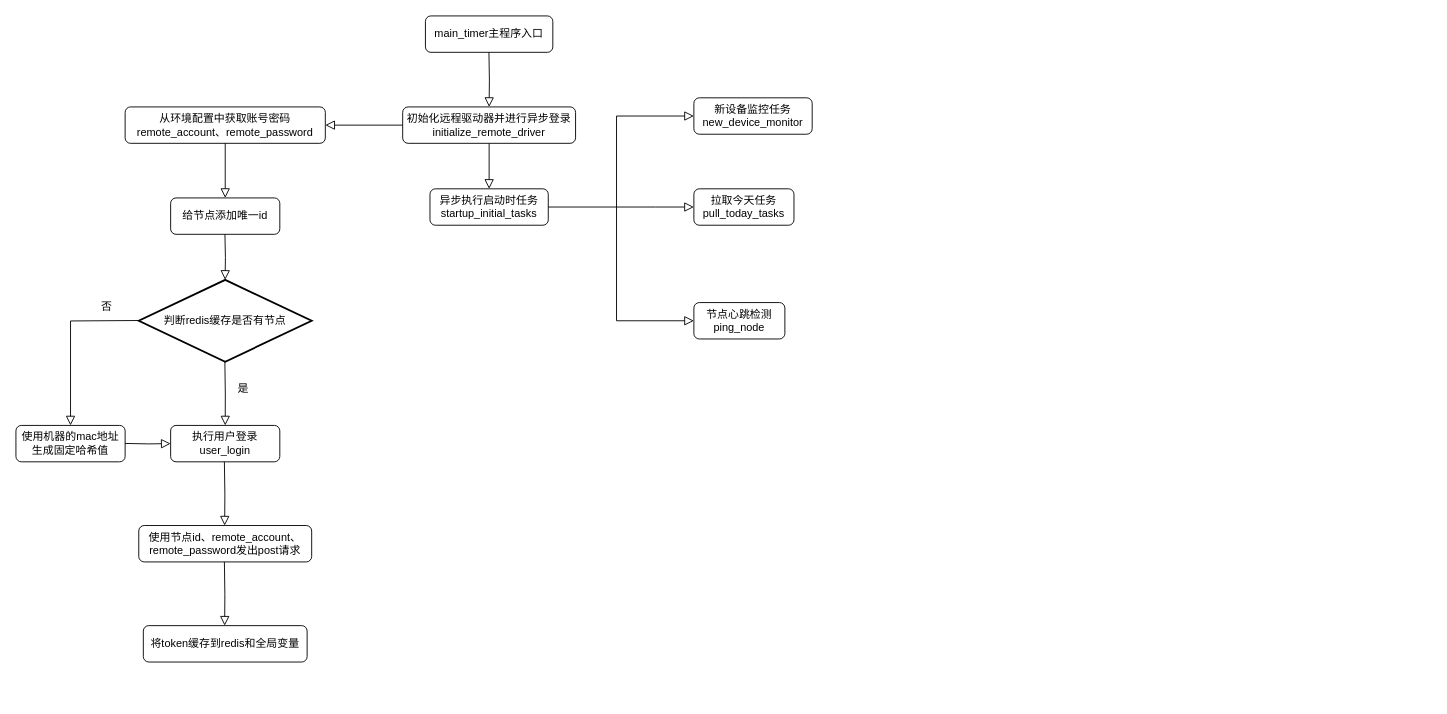
luser233/test01-2025-07-13 keeps this draw.io diagram as main_time.drawio. Above is the earlier version. Source tidied: cells renumbered, new cells numbered last; positions are measured from the earlier drawing's top-left corner, leaving out a move shared by most shapes. Both pictures are drawn from the tidied source at 91%, with x=0, y=0 at pixel (15, 15).
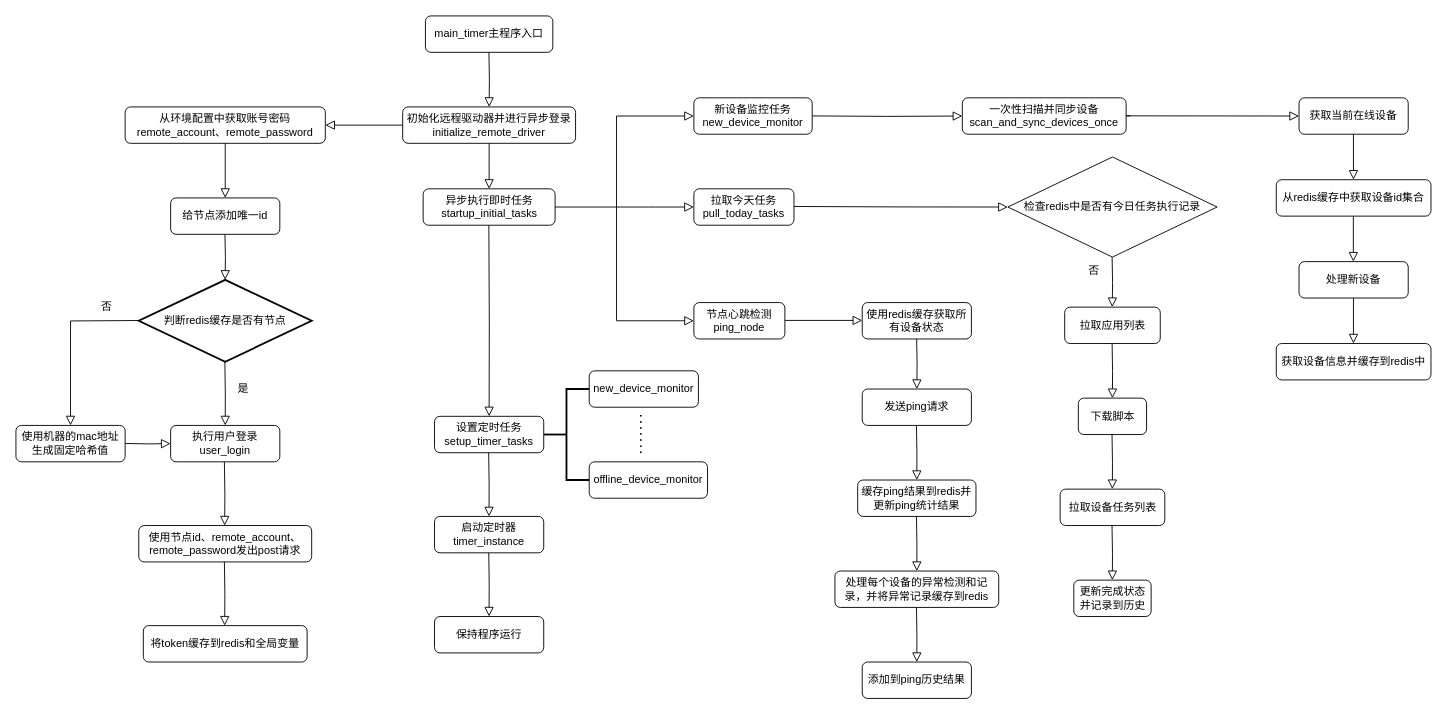
The same page after the edit.

Diff of the diagram source:
```diff
@@
-    <mxCell id="21" value="异步执行启动时任务&lt;div&gt;startup_initial_tasks&lt;/div&gt;" style="rounded=1;whiteSpace=wrap;html=1;" parent="1" vertex="1">
-      <mxGeometry x="455" y="190" width="130" height="40" as="geometry" />
+    <mxCell id="21" value="异步执行即时任务&lt;div&gt;startup_initial_tasks&lt;/div&gt;" style="rounded=1;whiteSpace=wrap;html=1;" parent="1" vertex="1">
+      <mxGeometry x="447.5" y="190" width="145" height="40" as="geometry" />
     </mxCell>
@@
+    <mxCell id="30" style="rounded=0;html=1;jettySize=auto;fontSize=11;endArrow=block;endFill=0;endSize=8;strokeWidth=1;shadow=0;labelBackgroundColor=none;edgeStyle=orthogonalEdgeStyle;entryX=0;entryY=0.5;entryDx=0;entryDy=0;" parent="1" edge="1" target="31">
+      <mxGeometry relative="1" as="geometry">
+        <mxPoint x="875" y="109.9" as="sourcePoint" />
+      </mxGeometry>
+    </mxCell>
+    <mxCell id="31" value="一次性扫描并同步设备&lt;br&gt;scan_and_sync_devices_once" style="rounded=1;whiteSpace=wrap;html=1;" parent="1" vertex="1">
+      <mxGeometry x="1040" y="90" width="180" height="40" as="geometry" />
+    </mxCell>
+    <mxCell id="32" style="rounded=0;html=1;jettySize=auto;fontSize=11;endArrow=block;endFill=0;endSize=8;strokeWidth=1;shadow=0;labelBackgroundColor=none;edgeStyle=orthogonalEdgeStyle;entryX=0;entryY=0.5;entryDx=0;entryDy=0;" parent="1" edge="1" target="33">
+      <mxGeometry relative="1" as="geometry">
+        <mxPoint x="1225" y="109.8" as="sourcePoint" />
+        <Array as="points">
+          <mxPoint x="1220" y="110" />
+        </Array>
+      </mxGeometry>
+    </mxCell>
+    <mxCell id="33" value="获取当前在线设备" style="rounded=1;whiteSpace=wrap;html=1;" parent="1" vertex="1">
+      <mxGeometry x="1410" y="90" width="120" height="40" as="geometry" />
+    </mxCell>
+    <mxCell id="34" style="rounded=0;html=1;jettySize=auto;orthogonalLoop=1;fontSize=11;endArrow=block;endFill=0;endSize=8;strokeWidth=1;shadow=0;labelBackgroundColor=none;edgeStyle=orthogonalEdgeStyle;" parent="1" edge="1">
+      <mxGeometry relative="1" as="geometry">
+        <mxPoint x="1469.8" y="130" as="sourcePoint" />
+        <mxPoint x="1469.8" y="180" as="targetPoint" />
+      </mxGeometry>
+    </mxCell>
+    <mxCell id="35" value="从redis缓存中获取设备id集合" style="rounded=1;whiteSpace=wrap;html=1;" parent="1" vertex="1">
+      <mxGeometry x="1385" y="180" width="170" height="40" as="geometry" />
+    </mxCell>
+    <mxCell id="36" style="rounded=0;html=1;jettySize=auto;orthogonalLoop=1;fontSize=11;endArrow=block;endFill=0;endSize=8;strokeWidth=1;shadow=0;labelBackgroundColor=none;edgeStyle=orthogonalEdgeStyle;" parent="1" edge="1">
+      <mxGeometry relative="1" as="geometry">
+        <mxPoint x="1469.7" y="220" as="sourcePoint" />
+        <mxPoint x="1469.7" y="270" as="targetPoint" />
+      </mxGeometry>
+    </mxCell>
+    <mxCell id="37" value="处理新设备" style="rounded=1;whiteSpace=wrap;html=1;" parent="1" vertex="1">
+      <mxGeometry x="1410" y="270" width="120" height="40" as="geometry" />
+    </mxCell>
+    <mxCell id="38" style="rounded=0;html=1;jettySize=auto;orthogonalLoop=1;fontSize=11;endArrow=block;endFill=0;endSize=8;strokeWidth=1;shadow=0;labelBackgroundColor=none;edgeStyle=orthogonalEdgeStyle;" parent="1" edge="1">
+      <mxGeometry relative="1" as="geometry">
+        <mxPoint x="1469.8" y="310" as="sourcePoint" />
+        <mxPoint x="1469.8" y="360" as="targetPoint" />
+      </mxGeometry>
+    </mxCell>
+    <mxCell id="39" value="获取设备信息并缓存到redis中" style="rounded=1;whiteSpace=wrap;html=1;" parent="1" vertex="1">
+      <mxGeometry x="1385" y="360" width="170" height="40" as="geometry" />
+    </mxCell>
+    <mxCell id="40" style="rounded=0;html=1;jettySize=auto;orthogonalLoop=1;fontSize=11;endArrow=block;endFill=0;endSize=8;strokeWidth=1;shadow=0;labelBackgroundColor=none;edgeStyle=orthogonalEdgeStyle;" parent="1" edge="1">
+      <mxGeometry relative="1" as="geometry">
+        <mxPoint x="845" y="334.6" as="sourcePoint" />
+        <mxPoint x="930" y="334.6" as="targetPoint" />
+        <Array as="points">
+          <mxPoint x="920" y="334.6" />
+        </Array>
+      </mxGeometry>
+    </mxCell>
+    <mxCell id="41" value="使用redis缓存获取所有设备状态" style="rounded=1;whiteSpace=wrap;html=1;" parent="1" vertex="1">
+      <mxGeometry x="930" y="315" width="120" height="40" as="geometry" />
+    </mxCell>
+    <mxCell id="42" style="rounded=0;html=1;jettySize=auto;fontSize=11;endArrow=block;endFill=0;endSize=8;strokeWidth=1;shadow=0;labelBackgroundColor=none;edgeStyle=orthogonalEdgeStyle;entryX=0.5;entryY=0;entryDx=0;entryDy=0;" parent="1" edge="1" target="43">
+      <mxGeometry relative="1" as="geometry">
+        <mxPoint x="989.8" y="355" as="sourcePoint" />
+      </mxGeometry>
+    </mxCell>
+    <mxCell id="43" value="发送ping请求" style="rounded=1;whiteSpace=wrap;html=1;" parent="1" vertex="1">
+      <mxGeometry x="930" y="410" width="120" height="40" as="geometry" />
+    </mxCell>
+    <mxCell id="44" value="缓存ping结果到redis并更新ping统计结果" style="rounded=1;whiteSpace=wrap;html=1;" parent="1" vertex="1">
+      <mxGeometry x="925" y="510" width="130" height="40" as="geometry" />
+    </mxCell>
+    <mxCell id="45" style="rounded=0;html=1;jettySize=auto;fontSize=11;endArrow=block;endFill=0;endSize=8;strokeWidth=1;shadow=0;labelBackgroundColor=none;edgeStyle=orthogonalEdgeStyle;entryX=0.5;entryY=0;entryDx=0;entryDy=0;" parent="1" edge="1" target="44">
+      <mxGeometry relative="1" as="geometry">
+        <mxPoint x="989.6" y="450" as="sourcePoint" />
+      </mxGeometry>
+    </mxCell>
+    <mxCell id="46" style="rounded=0;html=1;jettySize=auto;orthogonalLoop=1;fontSize=11;endArrow=block;endFill=0;endSize=8;strokeWidth=1;shadow=0;labelBackgroundColor=none;edgeStyle=orthogonalEdgeStyle;entryX=0.5;entryY=0;entryDx=0;entryDy=0;" parent="1" edge="1">
+      <mxGeometry relative="1" as="geometry">
+        <mxPoint x="989.6" y="550" as="sourcePoint" />
+        <mxPoint x="990" y="610" as="targetPoint" />
+      </mxGeometry>
+    </mxCell>
+    <mxCell id="47" value="处理每个设备的异常检测和记录，并将异常记录缓存到redis" style="rounded=1;whiteSpace=wrap;html=1;" parent="1" vertex="1">
+      <mxGeometry x="900" y="610" width="180" height="40" as="geometry" />
+    </mxCell>
+    <mxCell id="48" style="rounded=0;html=1;jettySize=auto;orthogonalLoop=1;fontSize=11;endArrow=block;endFill=0;endSize=8;strokeWidth=1;shadow=0;labelBackgroundColor=none;edgeStyle=orthogonalEdgeStyle;entryX=0.5;entryY=0;entryDx=0;entryDy=0;" parent="1" edge="1">
+      <mxGeometry relative="1" as="geometry">
+        <mxPoint x="989.6" y="650" as="sourcePoint" />
+        <mxPoint x="990" y="710" as="targetPoint" />
+      </mxGeometry>
+    </mxCell>
+    <mxCell id="49" value="添加到ping历史结果" style="rounded=1;whiteSpace=wrap;html=1;" parent="1" vertex="1">
+      <mxGeometry x="930" y="710" width="120" height="40" as="geometry" />
+    </mxCell>
+    <mxCell id="50" style="rounded=0;html=1;jettySize=auto;fontSize=11;endArrow=block;endFill=0;endSize=8;strokeWidth=1;shadow=0;labelBackgroundColor=none;edgeStyle=orthogonalEdgeStyle;entryX=0;entryY=0.5;entryDx=0;entryDy=0;" parent="1" edge="1" target="51">
+      <mxGeometry relative="1" as="geometry">
+        <mxPoint x="855" y="209.4" as="sourcePoint" />
+      </mxGeometry>
+    </mxCell>
+    <mxCell id="51" value="检查redis中是否有今日任务执行记录" style="rhombus;whiteSpace=wrap;html=1;" parent="1" vertex="1">
+      <mxGeometry x="1090" y="155" width="230" height="110" as="geometry" />
+    </mxCell>
+    <mxCell id="52" style="rounded=0;html=1;jettySize=auto;orthogonalLoop=1;fontSize=11;endArrow=block;endFill=0;endSize=8;strokeWidth=1;shadow=0;labelBackgroundColor=none;edgeStyle=orthogonalEdgeStyle;entryX=0.5;entryY=0;entryDx=0;entryDy=0;" parent="1" edge="1">
+      <mxGeometry relative="1" as="geometry">
+        <mxPoint x="1204.6" y="265" as="sourcePoint" />
+        <mxPoint x="1204.8" y="320" as="targetPoint" />
+      </mxGeometry>
+    </mxCell>
+    <mxCell id="53" value="否" style="text;html=1;align=center;verticalAlign=middle;whiteSpace=wrap;rounded=0;" parent="1" vertex="1">
+      <mxGeometry x="1170" y="270" width="30" height="20" as="geometry" />
+    </mxCell>
+    <mxCell id="54" value="拉取应用列表" style="rounded=1;whiteSpace=wrap;html=1;" parent="1" vertex="1">
+      <mxGeometry x="1152.5" y="320" width="105" height="40" as="geometry" />
+    </mxCell>
+    <mxCell id="55" value="下载脚本" style="rounded=1;whiteSpace=wrap;html=1;" parent="1" vertex="1">
+      <mxGeometry x="1167.5" y="420" width="75" height="40" as="geometry" />
+    </mxCell>
+    <mxCell id="56" style="rounded=0;html=1;jettySize=auto;fontSize=11;endArrow=block;endFill=0;endSize=8;strokeWidth=1;shadow=0;labelBackgroundColor=none;edgeStyle=orthogonalEdgeStyle;entryX=0.499;entryY=0;entryDx=0;entryDy=0;entryPerimeter=0;" parent="1" edge="1" target="55">
+      <mxGeometry relative="1" as="geometry">
+        <mxPoint x="1204.6" y="360" as="sourcePoint" />
+      </mxGeometry>
+    </mxCell>
+    <mxCell id="57" style="rounded=0;html=1;jettySize=auto;orthogonalLoop=1;fontSize=11;endArrow=block;endFill=0;endSize=8;strokeWidth=1;shadow=0;labelBackgroundColor=none;edgeStyle=orthogonalEdgeStyle;entryX=0.499;entryY=0;entryDx=0;entryDy=0;entryPerimeter=0;" parent="1" edge="1">
+      <mxGeometry relative="1" as="geometry">
+        <mxPoint x="1204.5" y="460" as="sourcePoint" />
+        <mxPoint x="1204.9" y="520" as="targetPoint" />
+      </mxGeometry>
+    </mxCell>
+    <mxCell id="58" value="拉取设备任务列表" style="rounded=1;whiteSpace=wrap;html=1;" parent="1" vertex="1">
+      <mxGeometry x="1147.5" y="520" width="115" height="40" as="geometry" />
+    </mxCell>
+    <mxCell id="59" style="rounded=0;html=1;jettySize=auto;orthogonalLoop=1;fontSize=11;endArrow=block;endFill=0;endSize=8;strokeWidth=1;shadow=0;labelBackgroundColor=none;edgeStyle=orthogonalEdgeStyle;entryX=0.499;entryY=0;entryDx=0;entryDy=0;entryPerimeter=0;" parent="1" edge="1">
+      <mxGeometry relative="1" as="geometry">
+        <mxPoint x="1204.5" y="560" as="sourcePoint" />
+        <mxPoint x="1204.9" y="620" as="targetPoint" />
+      </mxGeometry>
+    </mxCell>
+    <mxCell id="60" value="更新完成状态并记录到历史" style="rounded=1;whiteSpace=wrap;html=1;" parent="1" vertex="1">
+      <mxGeometry x="1162.5" y="620" width="85" height="40" as="geometry" />
+    </mxCell>
+    <mxCell id="61" style="rounded=0;html=1;jettySize=auto;fontSize=11;endArrow=block;endFill=0;endSize=8;strokeWidth=1;shadow=0;labelBackgroundColor=none;edgeStyle=orthogonalEdgeStyle;entryX=0.5;entryY=0;entryDx=0;entryDy=0;" parent="1" edge="1" target="62">
+      <mxGeometry relative="1" as="geometry">
+        <mxPoint x="519.7" y="230" as="sourcePoint" />
+      </mxGeometry>
+    </mxCell>
+    <mxCell id="62" value="设置定时任务&lt;br&gt;setup_timer_tasks" style="rounded=1;whiteSpace=wrap;html=1;" parent="1" vertex="1">
+      <mxGeometry x="460" y="440" width="120" height="40" as="geometry" />
+    </mxCell>
+    <mxCell id="63" style="strokeWidth=2;html=1;shape=mxgraph.flowchart.annotation_2;align=left;labelPosition=right;" parent="1" vertex="1">
+      <mxGeometry x="580" y="410" width="50" height="100" as="geometry" />
+    </mxCell>
+    <mxCell id="64" value="new_device_monitor" style="rounded=1;whiteSpace=wrap;html=1;" parent="1" vertex="1">
+      <mxGeometry x="630" y="390" width="120" height="40" as="geometry" />
+    </mxCell>
+    <mxCell id="65" value="&lt;b&gt;. . . . . . .&lt;/b&gt;" style="text;html=1;align=center;verticalAlign=middle;whiteSpace=wrap;rounded=0;rotation=90;" parent="1" vertex="1">
+      <mxGeometry x="660" y="445" width="60" height="30" as="geometry" />
+    </mxCell>
+    <mxCell id="66" value="offline_device_monitor" style="rounded=1;whiteSpace=wrap;html=1;" parent="1" vertex="1">
+      <mxGeometry x="630" y="490" width="130" height="40" as="geometry" />
+    </mxCell>
+    <mxCell id="67" style="rounded=0;html=1;jettySize=auto;orthogonalLoop=1;fontSize=11;endArrow=block;endFill=0;endSize=8;strokeWidth=1;shadow=0;labelBackgroundColor=none;edgeStyle=orthogonalEdgeStyle;entryX=0.5;entryY=0;entryDx=0;entryDy=0;" parent="1" edge="1">
+      <mxGeometry relative="1" as="geometry">
+        <mxPoint x="519.5" y="480" as="sourcePoint" />
+        <mxPoint x="519.9" y="550" as="targetPoint" />
+      </mxGeometry>
+    </mxCell>
+    <mxCell id="68" value="启动定时器&lt;br&gt;timer_instance" style="rounded=1;whiteSpace=wrap;html=1;" parent="1" vertex="1">
+      <mxGeometry x="460" y="550" width="120" height="40" as="geometry" />
+    </mxCell>
+    <mxCell id="69" style="rounded=0;html=1;jettySize=auto;orthogonalLoop=1;fontSize=11;endArrow=block;endFill=0;endSize=8;strokeWidth=1;shadow=0;labelBackgroundColor=none;edgeStyle=orthogonalEdgeStyle;entryX=0.5;entryY=0;entryDx=0;entryDy=0;" parent="1" edge="1">
+      <mxGeometry relative="1" as="geometry">
+        <mxPoint x="519.6" y="590" as="sourcePoint" />
+        <mxPoint x="519.9" y="660" as="targetPoint" />
+      </mxGeometry>
+    </mxCell>
+    <mxCell id="70" value="保持程序运行" style="rounded=1;whiteSpace=wrap;html=1;" parent="1" vertex="1">
+      <mxGeometry x="460" y="660" width="120" height="40" as="geometry" />
+    </mxCell>
```
